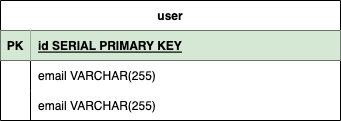
This is Untitled Diagram.drawio.png from ikarabag1/entity-relationship-diagrams, a draw.io export, as it was before one commit. Source tidied: cells renumbered, new cells last; positions are measured from the earlier drawing's top-left corner, leaving out a move shared by most shapes.
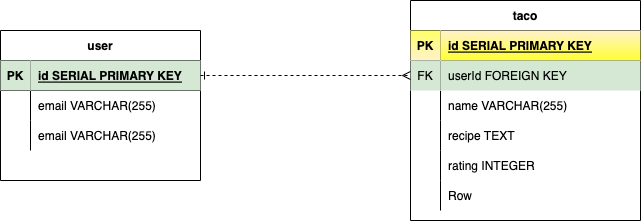
After the commit.

What changed in the source:
```diff
@@ -3,34 +3,94 @@
     <mxCell id="0" />
     <mxCell id="1" parent="0" />
     <mxCell id="2" value="user" style="shape=table;startSize=30;rowLines=0;fontStyle=1;align=center;" parent="1" vertex="1">
-      <mxGeometry width="340" height="120" as="geometry" />
+      <mxGeometry width="200" height="150" as="geometry" />
     </mxCell>
     <mxCell id="3" style="shape=tableRow;horizontal=0;startSize=0;swimlaneHead=0;swimlaneBody=0;fillColor=none;points=[[0,0.5],[1,0.5]];portConstraint=eastwest;top=0;left=0;right=0;bottom=1;" parent="2" vertex="1">
-      <mxGeometry y="30" width="340" height="30" as="geometry" />
+      <mxGeometry y="30" width="200" height="30" as="geometry" />
     </mxCell>
     <mxCell id="4" value="PK" style="shape=partialRectangle;fillColor=#d5e8d4;top=0;left=0;bottom=0;right=0;fontStyle=1;overflow=hidden;strokeColor=#82b366;" parent="3" vertex="1">
       <mxGeometry width="30" height="30" as="geometry" />
     </mxCell>
     <mxCell id="5" value="id SERIAL PRIMARY KEY" style="shape=partialRectangle;fillColor=#d5e8d4;top=0;left=0;bottom=0;right=0;align=left;spacingLeft=6;fontStyle=5;overflow=hidden;strokeColor=#82b366;" parent="3" vertex="1">
-      <mxGeometry x="30" width="310" height="30" as="geometry" />
+      <mxGeometry x="30" width="170" height="30" as="geometry" />
     </mxCell>
     <mxCell id="6" style="shape=tableRow;horizontal=0;startSize=0;swimlaneHead=0;swimlaneBody=0;fillColor=none;top=0;left=0;right=0;bottom=0;" parent="2" vertex="1">
-      <mxGeometry y="60" width="340" height="30" as="geometry" />
+      <mxGeometry y="60" width="200" height="30" as="geometry" />
     </mxCell>
     <mxCell id="7" style="shape=partialRectangle;fillColor=none;top=0;left=0;bottom=0;right=0;overflow=hidden;" parent="6" vertex="1">
       <mxGeometry width="30" height="30" as="geometry" />
     </mxCell>
     <mxCell id="8" value="email VARCHAR(255)" style="shape=partialRectangle;fillColor=none;top=0;left=0;bottom=0;right=0;align=left;spacingLeft=6;overflow=hidden;" parent="6" vertex="1">
-      <mxGeometry x="30" width="310" height="30" as="geometry" />
+      <mxGeometry x="30" width="170" height="30" as="geometry" />
     </mxCell>
     <mxCell id="9" style="shape=tableRow;horizontal=0;startSize=0;swimlaneHead=0;swimlaneBody=0;fillColor=none;top=0;left=0;right=0;bottom=0;" parent="2" vertex="1">
-      <mxGeometry y="90" width="340" height="30" as="geometry" />
+      <mxGeometry y="90" width="200" height="30" as="geometry" />
     </mxCell>
     <mxCell id="10" style="shape=partialRectangle;fillColor=none;top=0;left=0;bottom=0;right=0;overflow=hidden;" parent="9" vertex="1">
       <mxGeometry width="30" height="30" as="geometry" />
     </mxCell>
     <mxCell id="11" value="email VARCHAR(255)" style="shape=partialRectangle;fillColor=none;top=0;left=0;bottom=0;right=0;align=left;spacingLeft=6;overflow=hidden;" parent="9" vertex="1">
-      <mxGeometry x="30" width="310" height="30" as="geometry" />
+      <mxGeometry x="30" width="170" height="30" as="geometry" />
     </mxCell>
+    <mxCell id="12" value="taco" style="shape=table;startSize=30;rowLines=0;fontStyle=1;align=center;" parent="1" vertex="1">
+      <mxGeometry x="410" y="-30" width="230" height="220" as="geometry" />
+    </mxCell>
+    <mxCell id="13" style="shape=tableRow;horizontal=0;startSize=0;swimlaneHead=0;swimlaneBody=0;fillColor=none;top=0;left=0;right=0;bottom=1;" parent="12" vertex="1">
+      <mxGeometry y="30" width="230" height="30" as="geometry" />
+    </mxCell>
+    <mxCell id="14" value="PK" style="shape=partialRectangle;fillColor=#fff2cc;top=0;left=0;bottom=0;right=0;fontStyle=1;overflow=hidden;strokeColor=#d6b656;gradientColor=#FFFF66;gradientDirection=north;" parent="13" vertex="1">
+      <mxGeometry width="30" height="30" as="geometry" />
+    </mxCell>
+    <mxCell id="15" value="id SERIAL PRIMARY KEY" style="shape=partialRectangle;fillColor=#fff2cc;top=0;left=0;bottom=0;right=0;align=left;spacingLeft=6;fontStyle=5;overflow=hidden;strokeColor=#d6b656;gradientColor=#FFFF33;" parent="13" vertex="1">
+      <mxGeometry x="30" width="200" height="30" as="geometry" />
+    </mxCell>
+    <mxCell id="16" style="shape=tableRow;horizontal=0;startSize=0;swimlaneHead=0;swimlaneBody=0;fillColor=none;points=[[0,0.5],[1,0.5]];portConstraint=eastwest;top=0;left=0;right=0;bottom=0;" parent="12" vertex="1">
+      <mxGeometry y="60" width="230" height="30" as="geometry" />
+    </mxCell>
+    <mxCell id="17" value="FK" style="shape=partialRectangle;fillColor=#d5e8d4;top=0;left=0;bottom=0;right=0;fontStyle=0;overflow=hidden;strokeColor=#82b366;" parent="16" vertex="1">
+      <mxGeometry width="30" height="30" as="geometry" />
+    </mxCell>
+    <mxCell id="18" value="userId FOREIGN KEY" style="shape=partialRectangle;fillColor=#d5e8d4;top=0;left=0;bottom=0;right=0;align=left;spacingLeft=6;fontStyle=0;overflow=hidden;strokeColor=#82b366;" parent="16" vertex="1">
+      <mxGeometry x="30" width="200" height="30" as="geometry" />
+    </mxCell>
+    <mxCell id="19" style="shape=tableRow;horizontal=0;startSize=0;swimlaneHead=0;swimlaneBody=0;fillColor=none;top=0;left=0;right=0;bottom=0;" parent="12" vertex="1">
+      <mxGeometry y="90" width="230" height="30" as="geometry" />
+    </mxCell>
+    <mxCell id="20" style="shape=partialRectangle;fillColor=none;top=0;left=0;bottom=0;right=0;overflow=hidden;" parent="19" vertex="1">
+      <mxGeometry width="30" height="30" as="geometry" />
+    </mxCell>
+    <mxCell id="21" value="name VARCHAR(255)" style="shape=partialRectangle;fillColor=none;top=0;left=0;bottom=0;right=0;align=left;spacingLeft=6;overflow=hidden;" parent="19" vertex="1">
+      <mxGeometry x="30" width="200" height="30" as="geometry" />
+    </mxCell>
+    <mxCell id="22" style="shape=tableRow;horizontal=0;startSize=0;swimlaneHead=0;swimlaneBody=0;fillColor=none;top=0;left=0;right=0;bottom=0;" parent="12" vertex="1">
+      <mxGeometry y="120" width="230" height="30" as="geometry" />
+    </mxCell>
+    <mxCell id="23" style="shape=partialRectangle;fillColor=none;top=0;left=0;bottom=0;right=0;overflow=hidden;" parent="22" vertex="1">
+      <mxGeometry width="30" height="30" as="geometry" />
+    </mxCell>
+    <mxCell id="24" value="recipe TEXT" style="shape=partialRectangle;fillColor=none;top=0;left=0;bottom=0;right=0;align=left;spacingLeft=6;overflow=hidden;" parent="22" vertex="1">
+      <mxGeometry x="30" width="200" height="30" as="geometry" />
+    </mxCell>
+    <mxCell id="25" style="shape=tableRow;horizontal=0;startSize=0;swimlaneHead=0;swimlaneBody=0;fillColor=none;top=0;left=0;right=0;bottom=0;" parent="12" vertex="1">
+      <mxGeometry y="150" width="230" height="30" as="geometry" />
+    </mxCell>
+    <mxCell id="26" style="shape=partialRectangle;fillColor=none;top=0;left=0;bottom=0;right=0;overflow=hidden;" parent="25" vertex="1">
+      <mxGeometry width="30" height="30" as="geometry" />
+    </mxCell>
+    <mxCell id="27" value="rating INTEGER" style="shape=partialRectangle;fillColor=none;top=0;left=0;bottom=0;right=0;align=left;spacingLeft=6;overflow=hidden;" parent="25" vertex="1">
+      <mxGeometry x="30" width="200" height="30" as="geometry" />
+    </mxCell>
+    <mxCell id="28" style="shape=tableRow;horizontal=0;startSize=0;swimlaneHead=0;swimlaneBody=0;fillColor=none;top=0;left=0;right=0;bottom=0;" parent="12" vertex="1">
+      <mxGeometry y="180" width="230" height="30" as="geometry" />
+    </mxCell>
+    <mxCell id="29" style="shape=partialRectangle;fillColor=none;top=0;left=0;bottom=0;right=0;overflow=hidden;" parent="28" vertex="1">
+      <mxGeometry width="30" height="30" as="geometry" />
+    </mxCell>
+    <mxCell id="30" value="Row" style="shape=partialRectangle;fillColor=none;top=0;left=0;bottom=0;right=0;align=left;spacingLeft=6;overflow=hidden;" parent="28" vertex="1">
+      <mxGeometry x="30" width="200" height="30" as="geometry" />
+    </mxCell>
+    <mxCell id="31" style="edgeStyle=orthogonalEdgeStyle;rounded=0;jettySize=auto;html=1;exitX=1;exitY=0.5;exitDx=0;exitDy=0;entryX=0;entryY=0.5;entryDx=0;entryDy=0;endArrow=ERmany;endFill=0;dashed=1;startArrow=ERone;startFill=0;" parent="1" edge="1" source="3" target="16">
+      <mxGeometry relative="1" as="geometry" />
+    </mxCell>
   </root>
 </mxGraphModel>
```
